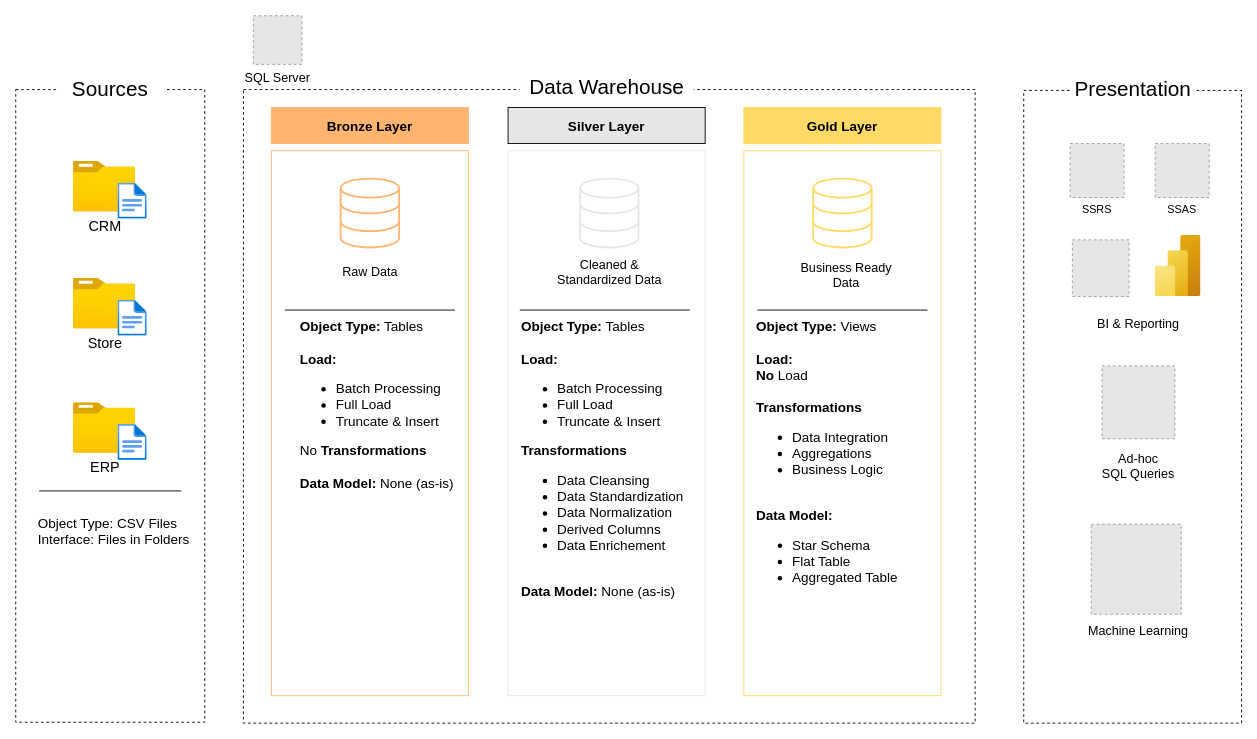
Above: DWH Implementation/DWH Architecture Diagram.drawio in MohammadGhanaym/Sales-Logistics-Analytics-DWH (draw.io), before the change. Source tidied: cells renumbered, new cells numbered last; positions are measured from the earlier drawing's top-left corner, leaving out a move shared by most shapes. Both pictures are drawn from the tidied source at 90%, with x=0, y=0 at pixel (15, 15). Pictures stored in the file or linked from it are replaced by grey dashed boxes.
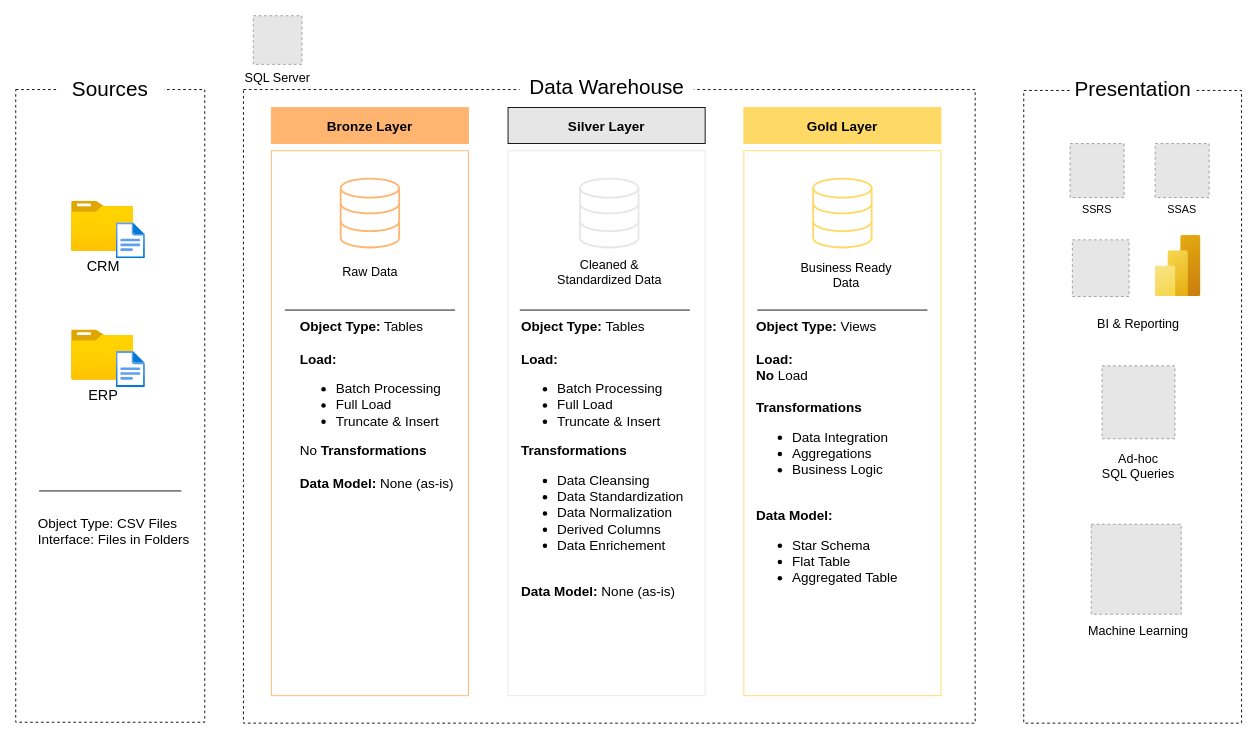
The same diagram, later.

Change to the diagram source:
```diff
@@
     <mxCell id="4" style="group;" parent="1" vertex="1">
-      <mxGeometry x="64" y="162" width="82" height="64" as="geometry" />
+      <mxGeometry x="62" y="206" width="82" height="64" as="geometry" />
     </mxCell>
@@
-    <mxCell id="7" style="group;" parent="1" vertex="1">
-      <mxGeometry x="64" y="292" width="82" height="64" as="geometry" />
-    </mxCell>
-    <mxCell id="8" value="&lt;font style=&quot;font-size: 16px;&quot;&gt;Store&lt;/font&gt;" style="image;html=1;align=center;fontSize=12;image=img/lib/azure2/general/Folder_Blank.svg;" parent="7" vertex="1">
-      <mxGeometry width="69" height="56" as="geometry" />
-    </mxCell>
-    <mxCell id="9" style="image;html=1;align=center;fontSize=12;image=img/lib/azure2/general/File.svg;" parent="7" vertex="1">
-      <mxGeometry x="49.5" y="24" width="32.5" height="40" as="geometry" />
-    </mxCell>
     <mxCell id="10" style="group;" parent="1" vertex="1">
-      <mxGeometry x="64" y="430" width="82" height="64" as="geometry" />
+      <mxGeometry x="62" y="349" width="82" height="64" as="geometry" />
     </mxCell>
```
